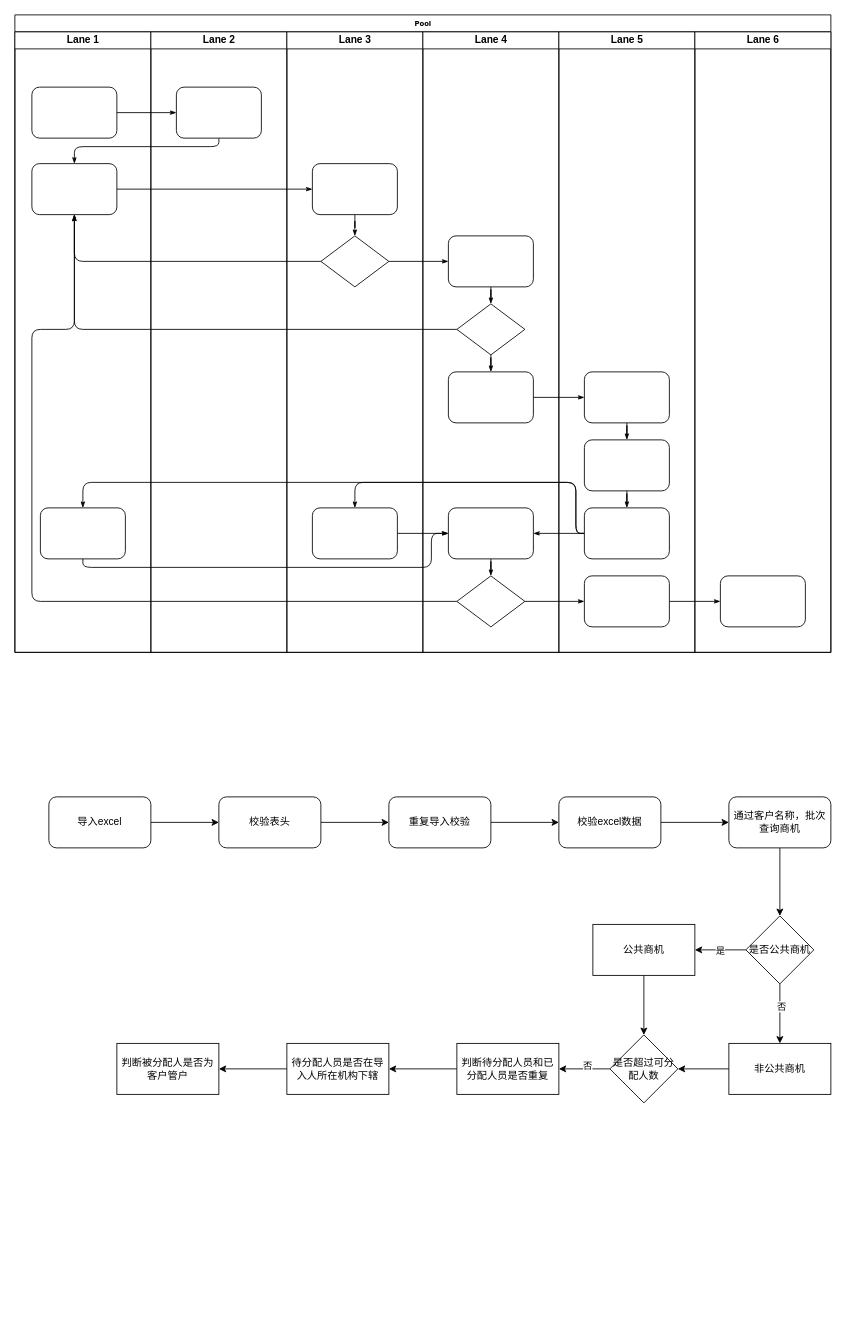
This is 未命名绘图.drawio from 153913232a/xcx, a draw.io file, before an edit. Source tidied: cells renumbered, new cells numbered last; positions are measured from the earlier drawing's top-left corner, leaving out a move shared by most shapes. Both pictures are drawn from the tidied source at 85%, with x=0, y=0 at pixel (14, 14).
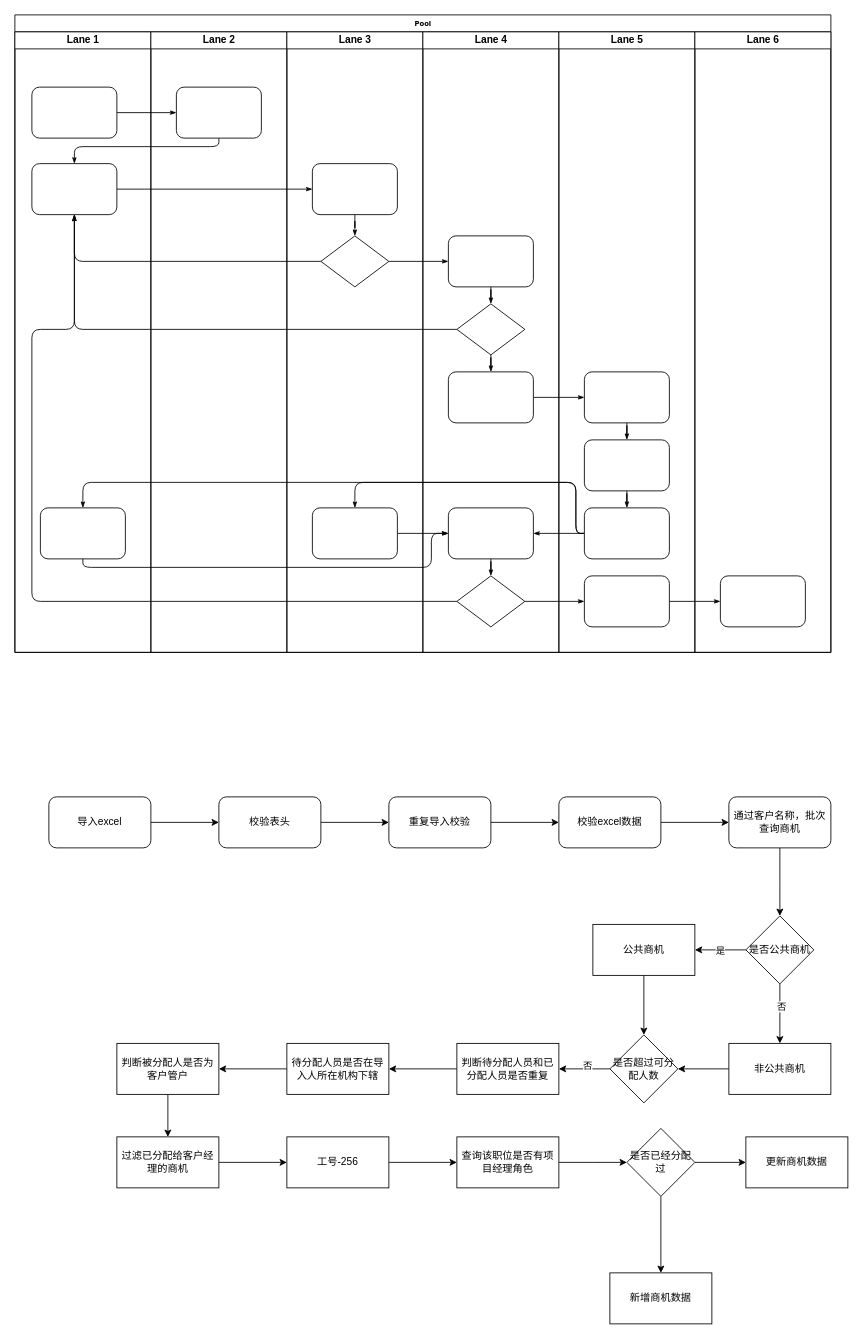
The same diagram, later.

Commit message:
更新未命名绘图.drawio

Unchanged cells that the change refers to:
```xml
<mxCell id="73" value="判断被分配人是否为客户管户" style="whiteSpace=wrap;html=1;" parent="1" vertex="1">
  <mxGeometry x="120" y="1210" width="120" height="60" as="geometry" />
</mxCell>
```

Change to the diagram source:
```diff
@@
+    <mxCell id="74" style="edgeStyle=orthogonalEdgeStyle;rounded=0;jettySize=auto;html=1;" parent="1" edge="1" source="73" target="76">
+      <mxGeometry relative="1" as="geometry" />
+    </mxCell>
@@
+    <mxCell id="75" style="edgeStyle=orthogonalEdgeStyle;rounded=0;jettySize=auto;html=1;" parent="1" edge="1" source="76" target="78">
+      <mxGeometry relative="1" as="geometry" />
+    </mxCell>
+    <mxCell id="76" value="过滤已分配给客户经理的商机" style="whiteSpace=wrap;html=1;" parent="1" vertex="1">
+      <mxGeometry x="120" y="1320" width="120" height="60" as="geometry" />
+    </mxCell>
+    <mxCell id="77" style="edgeStyle=orthogonalEdgeStyle;rounded=0;jettySize=auto;html=1;" parent="1" edge="1" source="78" target="80">
+      <mxGeometry relative="1" as="geometry" />
+    </mxCell>
+    <mxCell id="78" value="工号-256" style="whiteSpace=wrap;html=1;" parent="1" vertex="1">
+      <mxGeometry x="320" y="1320" width="120" height="60" as="geometry" />
+    </mxCell>
+    <mxCell id="79" style="edgeStyle=orthogonalEdgeStyle;rounded=0;jettySize=auto;html=1;" parent="1" edge="1" source="80">
+      <mxGeometry relative="1" as="geometry">
+        <mxPoint x="720" y="1350" as="targetPoint" />
+      </mxGeometry>
+    </mxCell>
+    <mxCell id="80" value="查询该职位是否有项目经理角色" style="whiteSpace=wrap;html=1;" parent="1" vertex="1">
+      <mxGeometry x="520" y="1320" width="120" height="60" as="geometry" />
+    </mxCell>
+    <mxCell id="81" style="edgeStyle=orthogonalEdgeStyle;rounded=0;jettySize=auto;html=1;" parent="1" edge="1" source="83" target="84">
+      <mxGeometry relative="1" as="geometry" />
+    </mxCell>
+    <mxCell id="82" style="edgeStyle=orthogonalEdgeStyle;rounded=0;jettySize=auto;html=1;" parent="1" edge="1" source="83" target="85">
+      <mxGeometry relative="1" as="geometry" />
+    </mxCell>
+    <mxCell id="83" value="是否已经分配过" style="rhombus;whiteSpace=wrap;html=1;" parent="1" vertex="1">
+      <mxGeometry x="720" y="1310" width="80" height="80" as="geometry" />
+    </mxCell>
+    <mxCell id="84" value="更新商机数据" style="whiteSpace=wrap;html=1;" parent="1" vertex="1">
+      <mxGeometry x="860" y="1320" width="120" height="60" as="geometry" />
+    </mxCell>
+    <mxCell id="85" value="新增商机数据" style="whiteSpace=wrap;html=1;" parent="1" vertex="1">
+      <mxGeometry x="700" y="1480" width="120" height="60" as="geometry" />
+    </mxCell>
```
